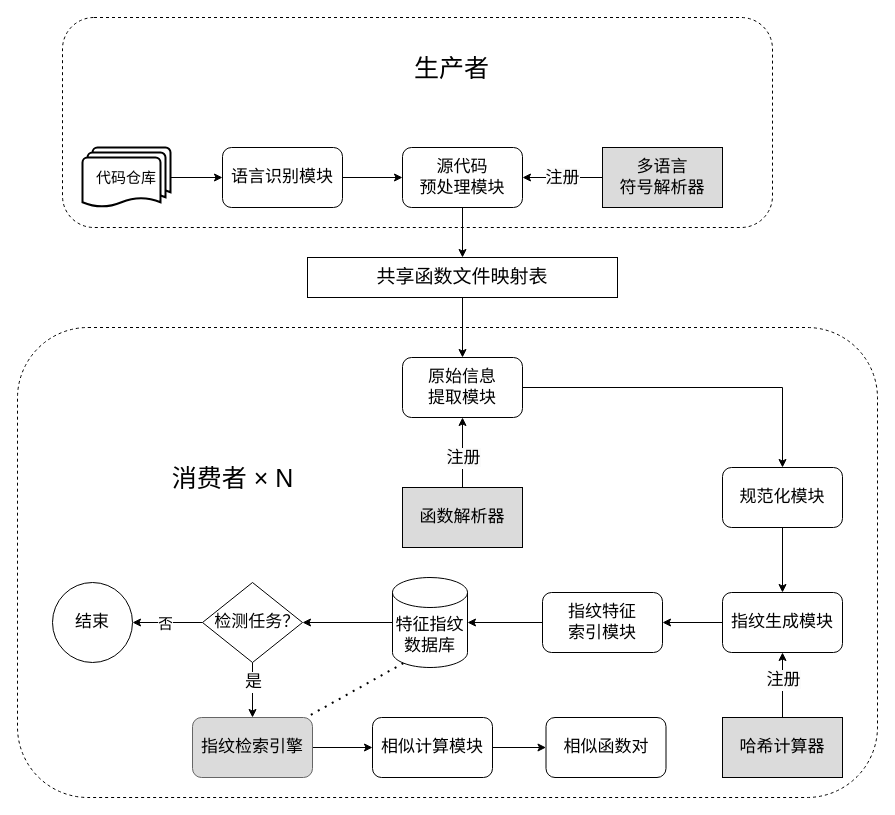
Earlier version of the draw.io diagram 系统实现图-生产消费者.drawio (wanghaoxu001/cloudimg). Source tidied: cells renumbered, new cells numbered last; positions are measured from the earlier drawing's top-left corner, leaving out a move shared by most shapes. Both pictures are drawn from the tidied source at 100%, with x=0, y=0 at pixel (17, 17).
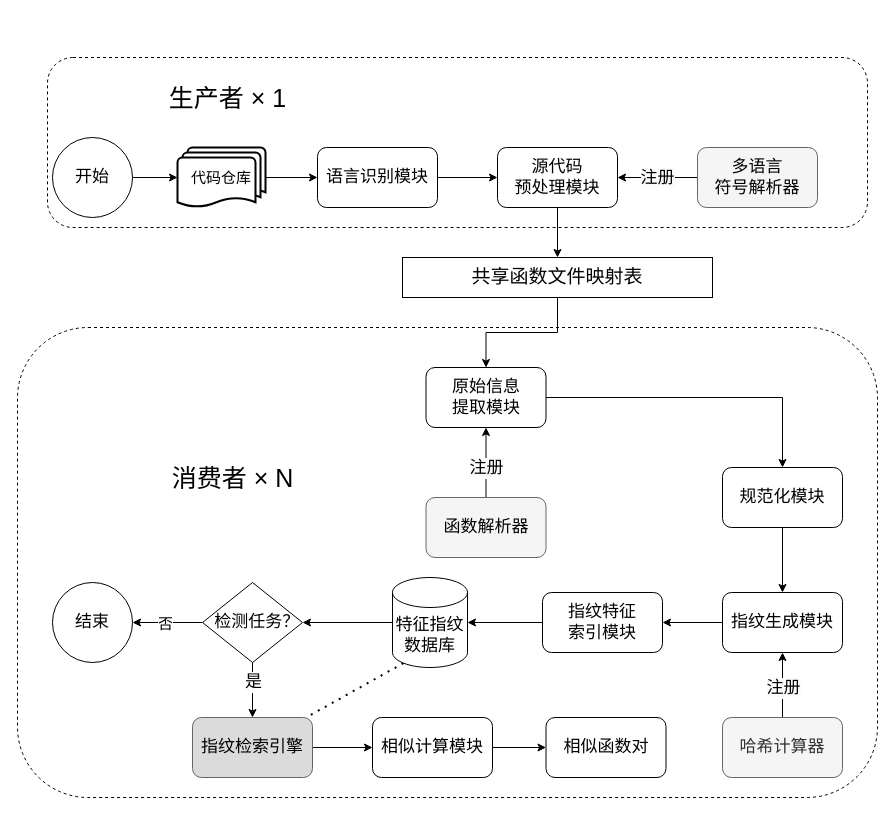
The same page after the edit.

Commit message:
更新系统实现图-生产消费者.drawio

The change refers to these unchanged cells:
```xml
<mxCell id="35" style="edgeStyle=none;rounded=0;jettySize=auto;html=1;" parent="1" edge="1" source="37" target="13">
  <mxGeometry relative="1" as="geometry" />
</mxCell>
```

Change to the diagram source:
```diff
@@
     <mxCell id="3" style="rounded=1;whiteSpace=wrap;html=1;dashed=1;" parent="1" vertex="1">
-      <mxGeometry x="45" width="710" height="210" as="geometry" />
+      <mxGeometry x="30" y="40" width="820" height="170" as="geometry" />
     </mxCell>
@@
     <mxCell id="5" value="语言识别模块" style="rounded=1;whiteSpace=wrap;html=1;fontSize=17;" parent="1" vertex="1">
-      <mxGeometry x="205" y="130" width="120" height="60" as="geometry" />
+      <mxGeometry x="300" y="130" width="120" height="60" as="geometry" />
     </mxCell>
@@
     <mxCell id="7" value="源代码&lt;br&gt;预处理模块" style="rounded=1;whiteSpace=wrap;html=1;fontSize=17;" parent="1" vertex="1">
-      <mxGeometry x="385" y="130" width="120" height="60" as="geometry" />
+      <mxGeometry x="480" y="130" width="120" height="60" as="geometry" />
     </mxCell>
@@
     <mxCell id="9" value="原始信息&lt;br&gt;提取模块" style="rounded=1;whiteSpace=wrap;html=1;fontSize=17;" parent="1" vertex="1">
-      <mxGeometry x="385" y="340" width="120" height="60" as="geometry" />
+      <mxGeometry x="408.5" y="350" width="120" height="60" as="geometry" />
     </mxCell>
@@
-    <mxCell id="31" value="&lt;font style=&quot;font-size: 17px;&quot;&gt;多语言&lt;br&gt;符号解析器&lt;br&gt;&lt;/font&gt;" style="rounded=0;whiteSpace=wrap;html=1;fillColor=#DBDBDB;" parent="1" vertex="1">
-      <mxGeometry x="585" y="130" width="120" height="60" as="geometry" />
+    <mxCell id="31" value="&lt;font style=&quot;font-size: 17px;&quot;&gt;&lt;font color=&quot;#000000&quot;&gt;多语言&lt;br&gt;符号解析器&lt;/font&gt;&lt;br&gt;&lt;/font&gt;" style="rounded=1;whiteSpace=wrap;html=1;fillColor=#f5f5f5;fontColor=#333333;strokeColor=#666666;" parent="1" vertex="1">
+      <mxGeometry x="680" y="130" width="120" height="60" as="geometry" />
     </mxCell>
@@
-    <mxCell id="34" value="函数解析器" style="rounded=0;whiteSpace=wrap;html=1;fillColor=#DBDBDB;fontSize=17;" parent="1" vertex="1">
-      <mxGeometry x="385" y="470" width="120" height="60" as="geometry" />
+    <mxCell id="34" value="&lt;font color=&quot;#000000&quot;&gt;函数解析器&lt;/font&gt;" style="rounded=1;whiteSpace=wrap;html=1;fillColor=#f5f5f5;fontSize=17;fontColor=#333333;strokeColor=#666666;" parent="1" vertex="1">
+      <mxGeometry x="408.5" y="480" width="120" height="60" as="geometry" />
     </mxCell>
@@
     <mxCell id="36" value="&lt;span style=&quot;background-color: rgb(251, 251, 251); font-size: 17px;&quot;&gt;&lt;font style=&quot;font-size: 17px;&quot;&gt;注册&lt;/font&gt;&lt;/span&gt;" style="edgeLabel;html=1;align=center;verticalAlign=middle;fontSize=17;" parent="35" vertex="1">
       <mxGeometry x="0.2" y="-1" relative="1" as="geometry">
-        <mxPoint x="-1" y="1" as="offset" />
+        <mxPoint x="-1" y="9" as="offset" />
       </mxGeometry>
     </mxCell>
-    <mxCell id="37" value="哈希计算器" style="rounded=0;whiteSpace=wrap;html=1;fillColor=#DBDBDB;fontSize=17;" parent="1" vertex="1">
+    <mxCell id="37" value="哈希计算器" style="rounded=1;whiteSpace=wrap;html=1;fillColor=#f5f5f5;fontSize=17;fontColor=#333333;strokeColor=#666666;" parent="1" vertex="1">
       <mxGeometry x="705" y="700" width="120" height="60" as="geometry" />
     </mxCell>
@@
     <mxCell id="40" value="代码仓库" style="strokeWidth=2;html=1;shape=mxgraph.flowchart.multi-document;whiteSpace=wrap;fontSize=15;" parent="1" vertex="1">
-      <mxGeometry x="65" y="130" width="88" height="60" as="geometry" />
+      <mxGeometry x="160" y="130" width="88" height="60" as="geometry" />
     </mxCell>
@@
-    <mxCell id="42" value="&lt;font style=&quot;font-size: 25px;&quot;&gt;生产者&lt;/font&gt;" style="text;html=1;align=center;verticalAlign=middle;strokeColor=none;fillColor=none;" parent="1" vertex="1">
-      <mxGeometry x="384" y="30" width="100" height="40" as="geometry" />
+    <mxCell id="42" value="&lt;font style=&quot;font-size: 25px;&quot;&gt;&lt;font style=&quot;font-size: 25px;&quot;&gt;生产者&amp;nbsp;&lt;/font&gt;× 1&lt;/font&gt;" style="text;html=1;align=center;verticalAlign=middle;strokeColor=none;fillColor=none;" parent="1" vertex="1">
+      <mxGeometry x="140" y="60" width="140" height="40" as="geometry" />
     </mxCell>
@@
     <mxCell id="44" value="&lt;font style=&quot;font-size: 19px;&quot;&gt;共享函数文件映射表&lt;/font&gt;" style="rounded=0;whiteSpace=wrap;html=1;fontSize=19;" parent="1" vertex="1">
-      <mxGeometry x="290" y="240" width="310" height="40" as="geometry" />
+      <mxGeometry x="385" y="240" width="310" height="40" as="geometry" />
     </mxCell>
+    <mxCell id="45" style="edgeStyle=orthogonalEdgeStyle;rounded=0;jettySize=auto;html=1;entryX=0;entryY=0.5;entryDx=0;entryDy=0;entryPerimeter=0;" parent="1" edge="1" source="46" target="40">
+      <mxGeometry relative="1" as="geometry" />
+    </mxCell>
+    <mxCell id="46" value="开始" style="ellipse;whiteSpace=wrap;html=1;fontSize=17;" parent="1" vertex="1">
+      <mxGeometry x="35" y="120" width="80" height="80" as="geometry" />
+    </mxCell>
```
